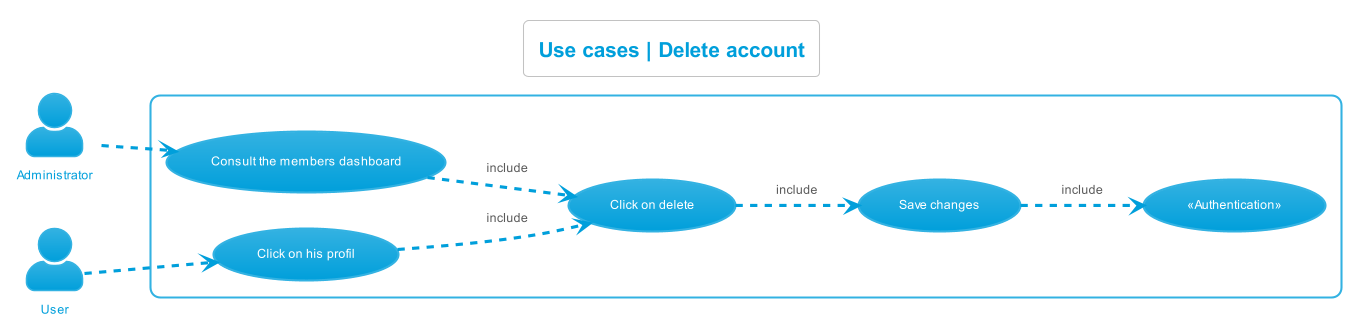
Before: 1_project_design/uml_diagrams/use_cases/members/delete_account/delete_account/use_cases__delete_account.png, a diagram exported from PlantUML (sebastien-d-me/SebBlog).
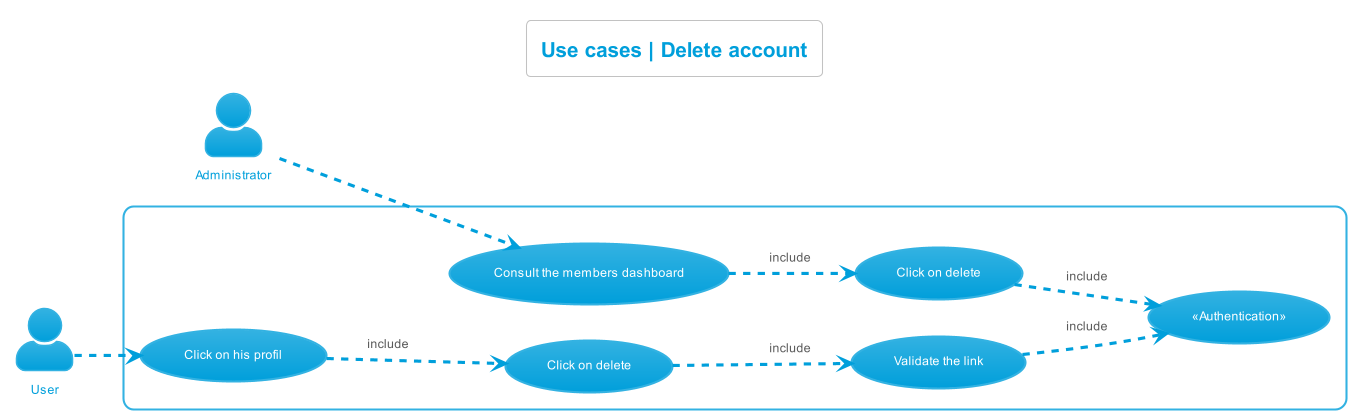
The same file after the commit.

Change to the diagram source:
```diff
@@ -12,19 +12,19 @@
 rectangle {
     "«Authentication»" as (Authentification)
 
+    "Consult the members dashboard" as (ConsulterTDBMembres)
     "Click on delete" as (ClickSuppr)
-    "Save changes" as (EnregistrerModifications)
-
-    "Consult the members dashboard" as (ConsulterTDBMembres)
 
     "Click on his profil" as (GoProfil)
+    "Click on delete" as (ClickSupprUser)
+    "Validate the link" as (ValidateLink)
 
     :Administrateur: -.> (ConsulterTDBMembres)
     :User: -.> (GoProfil)
     (ConsulterTDBMembres) -.> (ClickSuppr) : include
-    (GoProfil) -.> (ClickSuppr) : include
-    (ClickSuppr) -.> (EnregistrerModifications) : include
-    (EnregistrerModifications) -.> (Authentification) : include
-
+    (GoProfil) -.> (ClickSupprUser) : include
+    (ClickSuppr) -.> (Authentification) : include
+    (ClickSupprUser) -.> (ValidateLink) : include
+    (ValidateLink) -.> (Authentification) : include
 }
 @enduml
```
